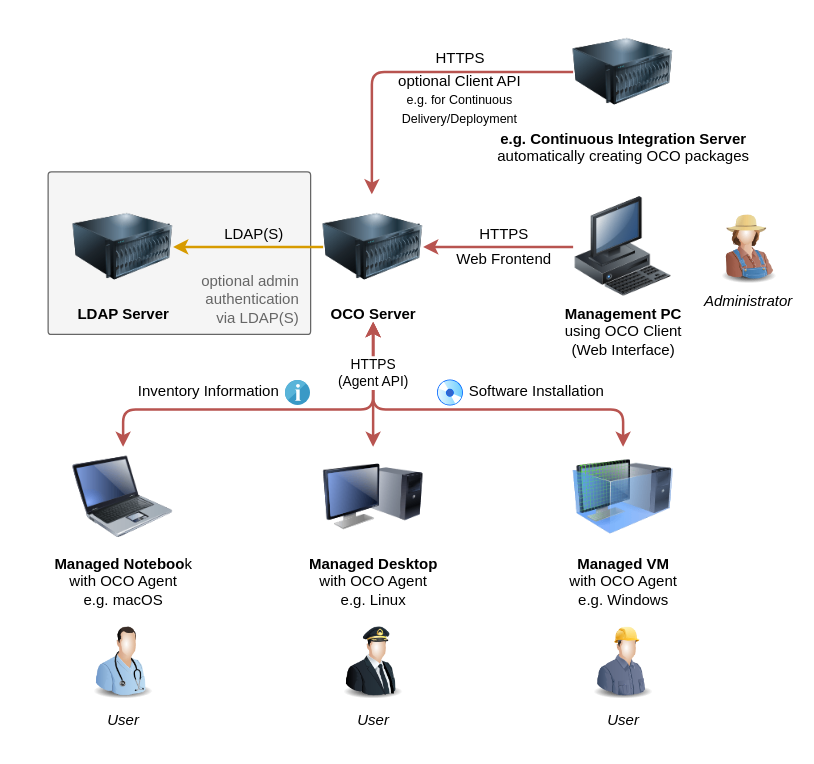
schorschii/OCO-Server keeps this draw.io diagram as .github/oco-schematic.drawio. Above is the earlier version. Source tidied: cells renumbered, new cells numbered last; positions are measured from the earlier drawing's top-left corner, leaving out a move shared by most shapes. Both pictures are drawn from the tidied source at 125%, with x=0, y=0 at pixel (48, 21).
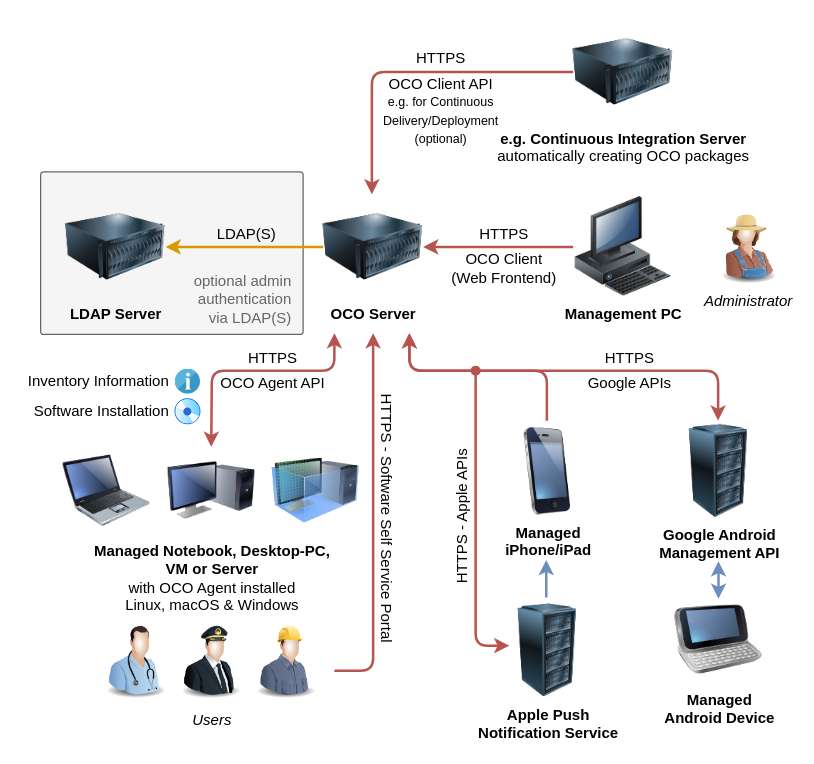
The same page after the edit.

What changed in the source:
```diff
@@
     <mxCell id="2" style="rounded=1;whiteSpace=wrap;html=1;fillColor=#f5f5f5;strokeColor=#666666;fontColor=#333333;arcSize=2;" parent="1" vertex="1">
-      <mxGeometry y="120" width="210" height="130" as="geometry" />
+      <mxGeometry x="-6" y="120" width="210" height="130" as="geometry" />
     </mxCell>
-    <mxCell id="3" value="&lt;b&gt;Managed Noteboo&lt;/b&gt;k&lt;br&gt;with OCO Agent&lt;br&gt;e.g. macOS" style="image;html=1;image=img/lib/clip_art/computers/Laptop_128x128.png;labelBackgroundColor=#ffffff;" parent="1" vertex="1">
-      <mxGeometry x="20" y="340" width="80" height="80" as="geometry" />
+    <mxCell id="3" style="image;html=1;image=img/lib/clip_art/computers/Laptop_128x128.png;labelBackgroundColor=#ffffff;" parent="1" vertex="1">
+      <mxGeometry x="12" y="340" width="70" height="70" as="geometry" />
     </mxCell>
-    <mxCell id="4" value="&lt;b&gt;Managed Desktop&lt;/b&gt;&lt;br&gt;with OCO Agent&lt;br&gt;e.g. Linux" style="image;html=1;image=img/lib/clip_art/computers/Monitor_Tower_128x128.png;labelBackgroundColor=#ffffff;" parent="1" vertex="1">
-      <mxGeometry x="220" y="340" width="80" height="80" as="geometry" />
+    <mxCell id="4" value="&lt;b&gt;Managed Notebook, Desktop-PC,&lt;/b&gt;&lt;div&gt;&lt;b&gt;VM or Server&lt;/b&gt;&lt;br&gt;with OCO Agent installed&lt;br&gt;Linux, macOS &amp;amp; Windows&lt;/div&gt;" style="image;html=1;image=img/lib/clip_art/computers/Monitor_Tower_128x128.png;labelBackgroundColor=#ffffff;" parent="1" vertex="1">
+      <mxGeometry x="95.5" y="340" width="70" height="70" as="geometry" />
     </mxCell>
-    <mxCell id="5" value="&lt;b&gt;Management PC&lt;/b&gt;&lt;br&gt;using OCO Client&lt;br&gt;(Web Interface)" style="image;html=1;image=img/lib/clip_art/computers/Workstation_128x128.png;labelBackgroundColor=#ffffff;" parent="1" vertex="1">
+    <mxCell id="5" value="&lt;b&gt;Management PC&lt;/b&gt;" style="image;html=1;image=img/lib/clip_art/computers/Workstation_128x128.png;labelBackgroundColor=#ffffff;" parent="1" vertex="1">
       <mxGeometry x="420" y="140" width="80" height="80" as="geometry" />
     </mxCell>
-    <mxCell id="6" value="&lt;b&gt;Managed VM&lt;/b&gt;&lt;br&gt;with OCO Agent&lt;br&gt;e.g. Windows" style="image;html=1;image=img/lib/clip_art/computers/Virtual_Machine_128x128.png;labelBackgroundColor=#ffffff;" parent="1" vertex="1">
-      <mxGeometry x="420" y="340" width="80" height="80" as="geometry" />
+    <mxCell id="6" style="image;html=1;image=img/lib/clip_art/computers/Virtual_Machine_128x128.png;labelBackgroundColor=#ffffff;" parent="1" vertex="1">
+      <mxGeometry x="179" y="340" width="70" height="70" as="geometry" />
     </mxCell>
@@
-    <mxCell id="9" style="endArrow=classic;html=1;strokeWidth=2;fillColor=#f8cecc;strokeColor=#b85450;exitX=0.5;exitY=0;exitDx=0;exitDy=0;startArrow=classic;startFill=1;" parent="1" edge="1" source="3">
-      <mxGeometry relative="1" as="geometry">
-        <mxPoint x="260" y="240" as="targetPoint" />
-        <Array as="points">
-          <mxPoint x="60" y="310" />
-          <mxPoint x="260" y="310" />
-        </Array>
-      </mxGeometry>
-    </mxCell>
     <mxCell id="10" style="endArrow=classic;html=1;strokeWidth=2;fillColor=#f8cecc;strokeColor=#b85450;exitX=0.5;exitY=0;exitDx=0;exitDy=0;startArrow=classic;startFill=1;" parent="1" edge="1" source="4">
       <mxGeometry relative="1" as="geometry">
-        <mxPoint x="260" y="240" as="targetPoint" />
+        <mxPoint x="229" y="249" as="targetPoint" />
+        <Array as="points">
+          <mxPoint x="131" y="279" />
+          <mxPoint x="229" y="279" />
+        </Array>
       </mxGeometry>
     </mxCell>
-    <mxCell id="11" style="endArrow=classic;html=1;strokeWidth=2;fillColor=#f8cecc;strokeColor=#b85450;exitX=0.5;exitY=0;exitDx=0;exitDy=0;startArrow=classic;startFill=1;" parent="1" edge="1" source="6">
-      <mxGeometry relative="1" as="geometry">
-        <mxPoint x="260" y="240" as="targetPoint" />
-        <Array as="points">
-          <mxPoint x="460" y="310" />
-          <mxPoint x="260" y="310" />
-        </Array>
-      </mxGeometry>
-    </mxCell>
-    <mxCell id="12" value="HTTPS&lt;br&gt;(Agent API)" style="edgeLabel;html=1;align=center;verticalAlign=middle;" parent="11" vertex="1">
-      <mxGeometry x="0.38" relative="1" as="geometry">
-        <mxPoint x="-24" y="-30" as="offset" />
-      </mxGeometry>
-    </mxCell>
@@
-    <mxCell id="14" value="&lt;i&gt;User&lt;/i&gt;" style="image;html=1;image=img/lib/clip_art/people/Nurse_Man_128x128.png;labelBackgroundColor=#ffffff;" parent="1" vertex="1">
-      <mxGeometry x="30" y="480" width="60" height="65" as="geometry" />
+    <mxCell id="14" style="image;html=1;image=img/lib/clip_art/people/Nurse_Man_128x128.png;labelBackgroundColor=#ffffff;" parent="1" vertex="1">
+      <mxGeometry x="40.5" y="479.5" width="60" height="65" as="geometry" />
     </mxCell>
-    <mxCell id="15" value="&lt;i&gt;User&lt;/i&gt;" style="image;html=1;image=img/lib/clip_art/people/Pilot_Man_128x128.png;labelBackgroundColor=#ffffff;" parent="1" vertex="1">
-      <mxGeometry x="230" y="480" width="60" height="65" as="geometry" />
+    <mxCell id="15" value="&lt;i&gt;Users&lt;/i&gt;" style="image;html=1;image=img/lib/clip_art/people/Pilot_Man_128x128.png;labelBackgroundColor=#ffffff;" parent="1" vertex="1">
+      <mxGeometry x="100.5" y="479.5" width="60" height="65" as="geometry" />
     </mxCell>
-    <mxCell id="16" value="&lt;i&gt;User&lt;/i&gt;" style="image;html=1;image=img/lib/clip_art/people/Construction_Worker_Man_128x128.png;labelBackgroundColor=#ffffff;" parent="1" vertex="1">
-      <mxGeometry x="430" y="480" width="60" height="65" as="geometry" />
+    <mxCell id="16" style="image;html=1;image=img/lib/clip_art/people/Construction_Worker_Man_128x128.png;labelBackgroundColor=#ffffff;" parent="1" vertex="1">
+      <mxGeometry x="160.5" y="479.5" width="60" height="65" as="geometry" />
     </mxCell>
@@
-    <mxCell id="18" value="Web Frontend" style="text;html=1;strokeColor=none;fillColor=none;align=center;verticalAlign=middle;whiteSpace=wrap;rounded=0;labelBackgroundColor=#ffffff;" parent="1" vertex="1">
-      <mxGeometry x="310" y="180" width="110" height="20" as="geometry" />
+    <mxCell id="18" value="OCO Client&lt;div&gt;(Web Frontend)&lt;/div&gt;" style="text;html=1;strokeColor=none;fillColor=none;align=center;verticalAlign=middle;whiteSpace=wrap;rounded=0;labelBackgroundColor=#ffffff;" parent="1" vertex="1">
+      <mxGeometry x="310" y="182" width="110" height="29" as="geometry" />
     </mxCell>
     <mxCell id="19" value="&lt;b&gt;LDAP Server&lt;/b&gt;" style="image;html=1;image=img/lib/clip_art/computers/Server_128x128.png;labelBackgroundColor=none;" parent="1" vertex="1">
-      <mxGeometry x="20" y="140" width="80" height="80" as="geometry" />
+      <mxGeometry x="14" y="140" width="80" height="80" as="geometry" />
     </mxCell>
@@
     <mxCell id="21" value="LDAP(S)" style="text;html=1;strokeColor=none;fillColor=none;align=center;verticalAlign=middle;whiteSpace=wrap;rounded=0;" parent="1" vertex="1">
-      <mxGeometry x="110" y="160" width="110" height="20" as="geometry" />
+      <mxGeometry x="104" y="160" width="110" height="20" as="geometry" />
     </mxCell>
     <mxCell id="22" value="optional admin&lt;br&gt;authentication&lt;br&gt;via LDAP(S)" style="text;html=1;strokeColor=none;fillColor=none;align=right;verticalAlign=middle;whiteSpace=wrap;rounded=0;fontColor=#666666;" parent="1" vertex="1">
-      <mxGeometry x="113" y="200" width="90" height="43" as="geometry" />
+      <mxGeometry x="107" y="200" width="90" height="43" as="geometry" />
     </mxCell>
     <mxCell id="23" style="perimeter=ellipsePerimeter;html=1;align=center;shadow=0;dashed=0;spacingTop=3;image;image=img/lib/active_directory/cd_dvd.svg;labelBackgroundColor=#ffffff;labelPosition=center;verticalLabelPosition=bottom;verticalAlign=top;" parent="1" vertex="1">
-      <mxGeometry x="311" y="286" width="22" height="22" as="geometry" />
+      <mxGeometry x="101" y="301" width="22" height="22" as="geometry" />
     </mxCell>
-    <mxCell id="24" value="Software Installation" style="text;html=1;strokeColor=none;fillColor=none;align=left;verticalAlign=middle;whiteSpace=wrap;rounded=0;labelBackgroundColor=#ffffff;" parent="1" vertex="1">
-      <mxGeometry x="335" y="286" width="131" height="20" as="geometry" />
+    <mxCell id="24" value="Software Installation" style="text;html=1;strokeColor=none;fillColor=none;align=right;verticalAlign=middle;whiteSpace=wrap;rounded=0;labelBackgroundColor=#ffffff;" parent="1" vertex="1">
+      <mxGeometry x="-21" y="302" width="120" height="20" as="geometry" />
     </mxCell>
     <mxCell id="25" style="html=1;align=center;image;fontSize=12;image=img/lib/mscae/Info_2.svg;labelBackgroundColor=#ffffff;" parent="1" vertex="1">
-      <mxGeometry x="190" y="287" width="20" height="20" as="geometry" />
+      <mxGeometry x="102" y="278" width="20" height="20" as="geometry" />
     </mxCell>
     <mxCell id="26" value="Inventory Information" style="text;html=1;strokeColor=none;fillColor=none;align=right;verticalAlign=middle;whiteSpace=wrap;rounded=0;labelBackgroundColor=#ffffff;" parent="1" vertex="1">
-      <mxGeometry x="56" y="286" width="131" height="20" as="geometry" />
+      <mxGeometry x="-21" y="278" width="120" height="20" as="geometry" />
     </mxCell>
@@
     <mxCell id="28" value="HTTPS" style="text;html=1;strokeColor=none;fillColor=none;align=center;verticalAlign=middle;whiteSpace=wrap;rounded=0;labelBackgroundColor=#ffffff;" parent="1" vertex="1">
-      <mxGeometry x="274.5" y="19" width="110" height="20" as="geometry" />
+      <mxGeometry x="260" y="19" width="109" height="20" as="geometry" />
     </mxCell>
-    <mxCell id="29" value="optional Client API&lt;br&gt;&lt;font style=&quot;font-size: 10px&quot;&gt;e.g. for Continuous Delivery/Deployment&lt;/font&gt;" style="text;html=1;strokeColor=none;fillColor=none;align=center;verticalAlign=middle;whiteSpace=wrap;rounded=0;labelBackgroundColor=none;" parent="1" vertex="1">
-      <mxGeometry x="260" y="42" width="139" height="39" as="geometry" />
+    <mxCell id="29" value="OCO Client API&lt;br&gt;&lt;font style=&quot;font-size: 10px&quot;&gt;e.g. for Continuous Delivery/Deployment&lt;/font&gt;&lt;div&gt;&lt;font style=&quot;font-size: 10px&quot;&gt;(optional)&lt;/font&gt;&lt;/div&gt;" style="text;html=1;strokeColor=none;fillColor=none;align=center;verticalAlign=middle;whiteSpace=wrap;rounded=0;labelBackgroundColor=none;" parent="1" vertex="1">
+      <mxGeometry x="260" y="42" width="109" height="57" as="geometry" />
     </mxCell>
@@
+    <mxCell id="31" value="HTTPS" style="text;html=1;strokeColor=none;fillColor=none;align=center;verticalAlign=middle;whiteSpace=wrap;rounded=0;labelBackgroundColor=#ffffff;" parent="1" vertex="1">
+      <mxGeometry x="134" y="259" width="92" height="20" as="geometry" />
+    </mxCell>
+    <mxCell id="32" value="OCO Agent API" style="text;html=1;strokeColor=none;fillColor=none;align=center;verticalAlign=middle;whiteSpace=wrap;rounded=0;labelBackgroundColor=#ffffff;" parent="1" vertex="1">
+      <mxGeometry x="134" y="279" width="92" height="20" as="geometry" />
+    </mxCell>
+    <mxCell id="33" style="endArrow=classic;html=1;strokeWidth=2;fillColor=#f8cecc;strokeColor=#b85450;startArrow=none;startFill=0;" parent="1" edge="1">
+      <mxGeometry relative="1" as="geometry">
+        <mxPoint x="399" y="319" as="sourcePoint" />
+        <mxPoint x="289" y="249" as="targetPoint" />
+        <Array as="points">
+          <mxPoint x="399" y="279" />
+          <mxPoint x="289" y="279" />
+        </Array>
+      </mxGeometry>
+    </mxCell>
+    <mxCell id="34" value="&lt;b&gt;Managed&lt;/b&gt;&lt;div&gt;&lt;b&gt;iPhone/iPad&lt;/b&gt;&lt;/div&gt;" style="image;html=1;image=img/lib/clip_art/telecommunication/iPhone_128x128.png;" parent="1" vertex="1">
+      <mxGeometry x="364.5" y="324.5" width="70" height="70" as="geometry" />
+    </mxCell>
+    <mxCell id="35" value="&lt;b&gt;Managed&lt;/b&gt;&lt;div&gt;&lt;b&gt;Android Device&lt;/b&gt;&lt;/div&gt;" style="image;html=1;image=img/lib/clip_art/telecommunication/HTC_smartphone_128x128.png;" parent="1" vertex="1">
+      <mxGeometry x="501.5" y="459" width="70" height="70" as="geometry" />
+    </mxCell>
+    <mxCell id="36" style="endArrow=oval;html=1;strokeWidth=2;fillColor=#f8cecc;strokeColor=#b85450;startArrow=classic;startFill=1;endFill=1;" parent="1" edge="1">
+      <mxGeometry relative="1" as="geometry">
+        <mxPoint x="369" y="499" as="sourcePoint" />
+        <mxPoint x="342" y="279" as="targetPoint" />
+        <Array as="points">
+          <mxPoint x="342" y="499" />
+        </Array>
+      </mxGeometry>
+    </mxCell>
+    <mxCell id="37" value="&lt;b&gt;Apple Push&lt;/b&gt;&lt;div&gt;&lt;b&gt;Notification Service&lt;/b&gt;&lt;/div&gt;" style="image;html=1;image=img/lib/clip_art/computers/Server_Rack_128x128.png;" parent="1" vertex="1">
+      <mxGeometry x="369.5" y="465.5" width="60" height="75" as="geometry" />
+    </mxCell>
+    <mxCell id="38" value="&lt;b&gt;Google Android&lt;/b&gt;&lt;div&gt;&lt;b&gt;Management API&lt;/b&gt;&lt;/div&gt;" style="image;html=1;image=img/lib/clip_art/computers/Server_Rack_128x128.png;" parent="1" vertex="1">
+      <mxGeometry x="506.5" y="322" width="60" height="75" as="geometry" />
+    </mxCell>
+    <mxCell id="39" style="endArrow=none;html=1;strokeWidth=2;fillColor=#dae8fc;strokeColor=#6c8ebf;startArrow=classic;startFill=1;endFill=1;" parent="1" edge="1">
+      <mxGeometry relative="1" as="geometry">
+        <mxPoint x="398.5" y="430.5" as="sourcePoint" />
+        <mxPoint x="398.5" y="460.5" as="targetPoint" />
+      </mxGeometry>
+    </mxCell>
+    <mxCell id="40" style="endArrow=classic;html=1;strokeWidth=2;fillColor=#f8cecc;strokeColor=#b85450;startArrow=classic;startFill=1;" parent="1" edge="1">
+      <mxGeometry relative="1" as="geometry">
+        <mxPoint x="536" y="319" as="sourcePoint" />
+        <mxPoint x="289" y="249" as="targetPoint" />
+        <Array as="points">
+          <mxPoint x="536" y="279" />
+          <mxPoint x="386" y="279" />
+          <mxPoint x="289" y="279" />
+        </Array>
+      </mxGeometry>
+    </mxCell>
+    <mxCell id="41" style="endArrow=classic;html=1;strokeWidth=2;fillColor=#dae8fc;strokeColor=#6c8ebf;startArrow=classic;startFill=1;endFill=1;" parent="1" edge="1">
+      <mxGeometry relative="1" as="geometry">
+        <mxPoint x="536.3" y="431.5" as="sourcePoint" />
+        <mxPoint x="536.3" y="461.5" as="targetPoint" />
+      </mxGeometry>
+    </mxCell>
+    <mxCell id="42" value="HTTPS" style="text;html=1;strokeColor=none;fillColor=none;align=center;verticalAlign=middle;whiteSpace=wrap;rounded=0;labelBackgroundColor=#ffffff;" parent="1" vertex="1">
+      <mxGeometry x="406" y="259" width="119" height="20" as="geometry" />
+    </mxCell>
+    <mxCell id="43" value="Google APIs" style="text;html=1;strokeColor=none;fillColor=none;align=center;verticalAlign=middle;whiteSpace=wrap;rounded=0;labelBackgroundColor=#ffffff;" parent="1" vertex="1">
+      <mxGeometry x="406" y="279" width="119" height="20" as="geometry" />
+    </mxCell>
+    <mxCell id="44" style="endArrow=classic;html=1;strokeWidth=2;fillColor=#f8cecc;strokeColor=#b85450;startArrow=none;startFill=0;" parent="1" edge="1">
+      <mxGeometry relative="1" as="geometry">
+        <mxPoint x="229" y="519" as="sourcePoint" />
+        <mxPoint x="260" y="249" as="targetPoint" />
+        <Array as="points">
+          <mxPoint x="260" y="519" />
+        </Array>
+      </mxGeometry>
+    </mxCell>
+    <mxCell id="45" value="HTTPS - Software Self Service Portal" style="text;html=1;strokeColor=none;fillColor=none;align=center;verticalAlign=middle;whiteSpace=wrap;rounded=0;labelBackgroundColor=#ffffff;rotation=90;" parent="1" vertex="1">
+      <mxGeometry x="150.8" y="388.7" width="239.4" height="17.5" as="geometry" />
+    </mxCell>
+    <mxCell id="46" value="HTTPS - Apple APIs" style="text;html=1;strokeColor=none;fillColor=none;align=center;verticalAlign=middle;whiteSpace=wrap;rounded=0;labelBackgroundColor=#ffffff;rotation=-90;" parent="1" vertex="1">
+      <mxGeometry x="212.1" y="386.9" width="237.8" height="17.5" as="geometry" />
+    </mxCell>
```
